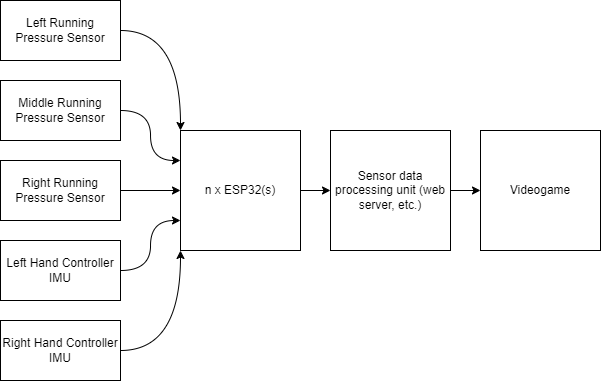
Earlier version of the draw.io export Drawing, Sketching, Planning/JnRI-Basic Architecture.png (Flex-Falk/Jump-n-Run-It). Source tidied: cells renumbered, new cells last; positions are measured from the earlier drawing's top-left corner, leaving out a move shared by most shapes.
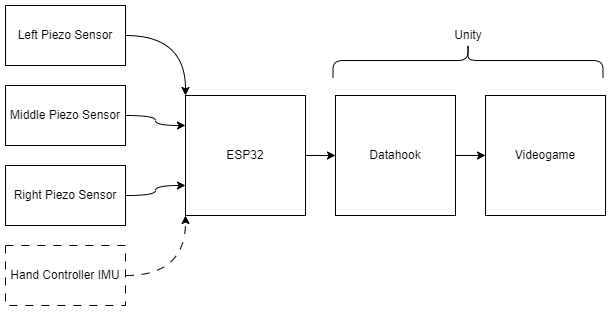
Later version of the same file.

Change to the diagram source:
```diff
@@ -2,50 +2,50 @@
   <root>
     <mxCell id="0" />
     <mxCell id="1" parent="0" />
+    <mxCell id="17" style="edgeStyle=orthogonalEdgeStyle;rounded=0;jettySize=auto;html=1;exitX=1;exitY=0.5;exitDx=0;exitDy=0;entryX=0;entryY=0;entryDx=0;entryDy=0;curved=1;" parent="1" edge="1" source="18" target="11">
+      <mxGeometry relative="1" as="geometry" />
+    </mxCell>
+    <mxCell id="18" value="&lt;div&gt;Left Piezo Sensor&lt;/div&gt;" style="rounded=0;whiteSpace=wrap;html=1;" parent="1" vertex="1">
+      <mxGeometry y="-10" width="120" height="60" as="geometry" />
+    </mxCell>
-    <mxCell id="2" style="edgeStyle=orthogonalEdgeStyle;rounded=0;jettySize=auto;html=1;exitX=1;exitY=0.5;exitDx=0;exitDy=0;entryX=0;entryY=0.5;entryDx=0;entryDy=0;" parent="1" edge="1" source="3" target="11">
+    <mxCell id="2" style="edgeStyle=orthogonalEdgeStyle;rounded=0;jettySize=auto;html=1;exitX=1;exitY=0.5;exitDx=0;exitDy=0;entryX=0;entryY=0.75;entryDx=0;entryDy=0;curved=1;" parent="1" edge="1" source="3" target="11">
       <mxGeometry relative="1" as="geometry" />
     </mxCell>
-    <mxCell id="3" value="Right Running&lt;div style=&quot;border-color: var(--border-color);&quot;&gt;Pressure Sensor&lt;br&gt;&lt;/div&gt;" style="rounded=0;whiteSpace=wrap;html=1;" parent="1" vertex="1">
-      <mxGeometry y="160" width="120" height="60" as="geometry" />
+    <mxCell id="3" value="Right Piezo Sensor" style="rounded=0;whiteSpace=wrap;html=1;" parent="1" vertex="1">
+      <mxGeometry y="150" width="120" height="60" as="geometry" />
     </mxCell>
-    <mxCell id="4" style="edgeStyle=orthogonalEdgeStyle;rounded=0;jettySize=auto;html=1;exitX=1;exitY=0.5;exitDx=0;exitDy=0;entryX=0;entryY=0;entryDx=0;entryDy=0;curved=1;" parent="1" edge="1" source="5" target="11">
+    <mxCell id="4" style="edgeStyle=orthogonalEdgeStyle;rounded=0;jettySize=auto;html=1;exitX=1;exitY=0.5;exitDx=0;exitDy=0;entryX=0;entryY=0.25;entryDx=0;entryDy=0;curved=1;" parent="1" edge="1" source="5" target="11">
       <mxGeometry relative="1" as="geometry" />
     </mxCell>
-    <mxCell id="5" value="Left Running&lt;div&gt;Pressure Sensor&lt;br&gt;&lt;/div&gt;" style="rounded=0;whiteSpace=wrap;html=1;" parent="1" vertex="1">
-      <mxGeometry width="120" height="60" as="geometry" />
+    <mxCell id="5" value="&lt;div&gt;Middle Piezo Sensor&lt;/div&gt;" style="rounded=0;whiteSpace=wrap;html=1;" parent="1" vertex="1">
+      <mxGeometry y="70" width="120" height="60" as="geometry" />
     </mxCell>
-    <mxCell id="6" style="edgeStyle=orthogonalEdgeStyle;rounded=0;jettySize=auto;html=1;exitX=1;exitY=0.5;exitDx=0;exitDy=0;entryX=0;entryY=1;entryDx=0;entryDy=0;curved=1;" parent="1" edge="1" source="7" target="11">
-      <mxGeometry relative="1" as="geometry" />
-    </mxCell>
-    <mxCell id="7" value="Right Hand Controller IMU" style="rounded=0;whiteSpace=wrap;html=1;" parent="1" vertex="1">
-      <mxGeometry y="320" width="120" height="60" as="geometry" />
-    </mxCell>
-    <mxCell id="8" style="edgeStyle=orthogonalEdgeStyle;rounded=0;jettySize=auto;html=1;exitX=1;exitY=0.5;exitDx=0;exitDy=0;entryX=0;entryY=0.75;entryDx=0;entryDy=0;curved=1;" parent="1" edge="1" source="9" target="11">
+    <mxCell id="8" style="edgeStyle=orthogonalEdgeStyle;rounded=0;jettySize=auto;html=1;exitX=1;exitY=0.5;exitDx=0;exitDy=0;entryX=0;entryY=1;entryDx=0;entryDy=0;curved=1;dashed=1;dashPattern=8 8;" parent="1" edge="1" source="9" target="11">
       <mxGeometry relative="1" as="geometry" />
     </mxCell>
-    <mxCell id="9" value="Left Hand Controller IMU" style="rounded=0;whiteSpace=wrap;html=1;" parent="1" vertex="1">
-      <mxGeometry y="240" width="120" height="60" as="geometry" />
+    <mxCell id="9" value="Hand Controller IMU" style="rounded=0;whiteSpace=wrap;html=1;dashed=1;dashPattern=8 8;" parent="1" vertex="1">
+      <mxGeometry y="230" width="120" height="60" as="geometry" />
     </mxCell>
     <mxCell id="10" style="edgeStyle=orthogonalEdgeStyle;rounded=0;jettySize=auto;html=1;exitX=1;exitY=0.5;exitDx=0;exitDy=0;entryX=0;entryY=0.5;entryDx=0;entryDy=0;" parent="1" edge="1" source="11" target="13">
       <mxGeometry relative="1" as="geometry" />
     </mxCell>
-    <mxCell id="11" value="n x ESP32(s)" style="rounded=0;whiteSpace=wrap;html=1;" parent="1" vertex="1">
-      <mxGeometry x="180" y="130" width="120" height="120" as="geometry" />
+    <mxCell id="11" value="ESP32" style="rounded=0;whiteSpace=wrap;html=1;" parent="1" vertex="1">
+      <mxGeometry x="180" y="80" width="120" height="120" as="geometry" />
     </mxCell>
     <mxCell id="12" style="edgeStyle=orthogonalEdgeStyle;rounded=0;jettySize=auto;html=1;exitX=1;exitY=0.5;exitDx=0;exitDy=0;entryX=0;entryY=0.5;entryDx=0;entryDy=0;" parent="1" edge="1" source="13" target="14">
       <mxGeometry relative="1" as="geometry" />
     </mxCell>
-    <mxCell id="13" value="Sensor data processing unit (web server, etc.)" style="rounded=0;whiteSpace=wrap;html=1;" parent="1" vertex="1">
-      <mxGeometry x="330" y="130" width="120" height="120" as="geometry" />
+    <mxCell id="13" value="Datahook" style="rounded=0;whiteSpace=wrap;html=1;" parent="1" vertex="1">
+      <mxGeometry x="330" y="80" width="120" height="120" as="geometry" />
     </mxCell>
     <mxCell id="14" value="Videogame" style="rounded=0;whiteSpace=wrap;html=1;" parent="1" vertex="1">
-      <mxGeometry x="480" y="130" width="120" height="120" as="geometry" />
+      <mxGeometry x="480" y="80" width="120" height="120" as="geometry" />
     </mxCell>
-    <mxCell id="15" style="edgeStyle=orthogonalEdgeStyle;rounded=0;jettySize=auto;html=1;exitX=1;exitY=0.5;exitDx=0;exitDy=0;entryX=0;entryY=0.25;entryDx=0;entryDy=0;curved=1;" parent="1" edge="1" source="16" target="11">
-      <mxGeometry relative="1" as="geometry" />
-    </mxCell>
-    <mxCell id="16" value="Middle Running&lt;div style=&quot;border-color: var(--border-color);&quot;&gt;Pressure Sensor&lt;br&gt;&lt;/div&gt;" style="rounded=0;whiteSpace=wrap;html=1;" parent="1" vertex="1">
-      <mxGeometry y="80" width="120" height="60" as="geometry" />
-    </mxCell>
+    <mxCell id="19" style="shape=curlyBracket;whiteSpace=wrap;html=1;rounded=1;flipH=1;labelPosition=right;verticalLabelPosition=middle;align=left;verticalAlign=middle;rotation=-90;" parent="1" vertex="1">
+      <mxGeometry x="445" y="-90" width="35" height="270" as="geometry" />
+    </mxCell>
+    <mxCell id="20" value="Unity" style="text;html=1;align=center;verticalAlign=middle;whiteSpace=wrap;rounded=0;" parent="1" vertex="1">
+      <mxGeometry x="433" y="5" width="60" height="30" as="geometry" />
+    </mxCell>
   </root>
 </mxGraphModel>
```
